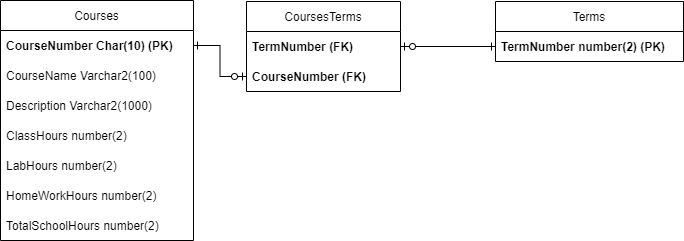
Before: ERD.png, a diagram exported from draw.io (JohnnyHoaang/dawson-reddit-scraper). Source tidied: cells renumbered, new cells last; positions are measured from the earlier drawing's top-left corner, leaving out a move shared by most shapes.
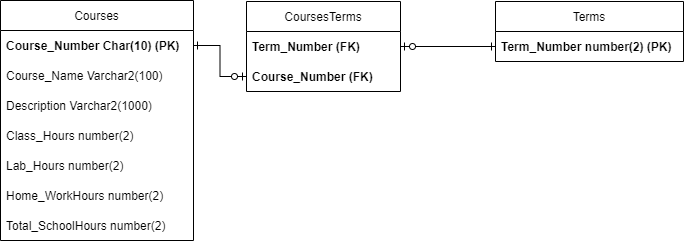
Above is the later version.

Commit message:
modified the erd to have camel case

The edit, as a diff of the source:
```diff
@@ -5,40 +5,40 @@
     <mxCell id="2" value="Courses" style="swimlane;fontStyle=0;horizontal=1;startSize=30;" parent="1" vertex="1">
       <mxGeometry width="193" height="240" as="geometry" />
     </mxCell>
-    <mxCell id="3" value="CourseNumber Char(10) (PK)" style="text;strokeColor=none;fillColor=none;align=left;verticalAlign=middle;spacingLeft=4;spacingRight=4;overflow=hidden;points=[[0,0.5],[1,0.5]];portConstraint=eastwest;fontStyle=1;" parent="2" vertex="1">
+    <mxCell id="3" value="Course_Number Char(10) (PK)" style="text;strokeColor=none;fillColor=none;align=left;verticalAlign=middle;spacingLeft=4;spacingRight=4;overflow=hidden;points=[[0,0.5],[1,0.5]];portConstraint=eastwest;fontStyle=1;" parent="2" vertex="1">
       <mxGeometry y="30" width="193" height="30" as="geometry" />
     </mxCell>
-    <mxCell id="4" value="CourseName Varchar2(100)" style="text;strokeColor=none;fillColor=none;align=left;verticalAlign=middle;spacingLeft=4;spacingRight=4;overflow=hidden;" parent="2" vertex="1">
+    <mxCell id="4" value="Course_Name Varchar2(100)" style="text;strokeColor=none;fillColor=none;align=left;verticalAlign=middle;spacingLeft=4;spacingRight=4;overflow=hidden;" parent="2" vertex="1">
       <mxGeometry y="60" width="193" height="30" as="geometry" />
     </mxCell>
     <mxCell id="5" value="Description Varchar2(1000)" style="text;strokeColor=none;fillColor=none;align=left;verticalAlign=middle;spacingLeft=4;spacingRight=4;overflow=hidden;" parent="2" vertex="1">
       <mxGeometry y="90" width="193" height="30" as="geometry" />
     </mxCell>
-    <mxCell id="6" value="ClassHours number(2)" style="text;strokeColor=none;fillColor=none;align=left;verticalAlign=middle;spacingLeft=4;spacingRight=4;overflow=hidden;" parent="2" vertex="1">
+    <mxCell id="6" value="Class_Hours number(2)" style="text;strokeColor=none;fillColor=none;align=left;verticalAlign=middle;spacingLeft=4;spacingRight=4;overflow=hidden;" parent="2" vertex="1">
       <mxGeometry y="120" width="193" height="30" as="geometry" />
     </mxCell>
-    <mxCell id="7" value="LabHours number(2)" style="text;strokeColor=none;fillColor=none;align=left;verticalAlign=middle;spacingLeft=4;spacingRight=4;overflow=hidden;" parent="2" vertex="1">
+    <mxCell id="7" value="Lab_Hours number(2)" style="text;strokeColor=none;fillColor=none;align=left;verticalAlign=middle;spacingLeft=4;spacingRight=4;overflow=hidden;" parent="2" vertex="1">
       <mxGeometry y="150" width="193" height="30" as="geometry" />
     </mxCell>
-    <mxCell id="8" value="HomeWorkHours number(2)" style="text;strokeColor=none;fillColor=none;align=left;verticalAlign=middle;spacingLeft=4;spacingRight=4;overflow=hidden;" parent="2" vertex="1">
+    <mxCell id="8" value="Home_WorkHours number(2)" style="text;strokeColor=none;fillColor=none;align=left;verticalAlign=middle;spacingLeft=4;spacingRight=4;overflow=hidden;" parent="2" vertex="1">
       <mxGeometry y="180" width="193" height="30" as="geometry" />
     </mxCell>
-    <mxCell id="9" value="TotalSchoolHours number(2)" style="text;strokeColor=none;fillColor=none;align=left;verticalAlign=middle;spacingLeft=4;spacingRight=4;overflow=hidden;" parent="2" vertex="1">
+    <mxCell id="9" value="Total_SchoolHours number(2)" style="text;strokeColor=none;fillColor=none;align=left;verticalAlign=middle;spacingLeft=4;spacingRight=4;overflow=hidden;" parent="2" vertex="1">
       <mxGeometry y="210" width="193" height="30" as="geometry" />
     </mxCell>
     <mxCell id="10" value="CoursesTerms" style="swimlane;fontStyle=0;horizontal=1;startSize=30;" parent="1" vertex="1">
       <mxGeometry x="246" y="1" width="154" height="90" as="geometry" />
     </mxCell>
-    <mxCell id="11" value="TermNumber (FK)" style="text;strokeColor=none;fillColor=none;align=left;verticalAlign=middle;spacingLeft=4;spacingRight=4;overflow=hidden;points=[[0,0.5],[1,0.5]];portConstraint=eastwest;fontStyle=1;" parent="10" vertex="1">
+    <mxCell id="11" value="Term_Number (FK)" style="text;strokeColor=none;fillColor=none;align=left;verticalAlign=middle;spacingLeft=4;spacingRight=4;overflow=hidden;points=[[0,0.5],[1,0.5]];portConstraint=eastwest;fontStyle=1;" parent="10" vertex="1">
       <mxGeometry y="30" width="154" height="30" as="geometry" />
     </mxCell>
-    <mxCell id="12" value="CourseNumber (FK)" style="text;strokeColor=none;fillColor=none;align=left;verticalAlign=middle;spacingLeft=4;spacingRight=4;overflow=hidden;points=[[0,0.5],[1,0.5]];portConstraint=eastwest;fontStyle=1;" parent="10" vertex="1">
+    <mxCell id="12" value="Course_Number (FK)" style="text;strokeColor=none;fillColor=none;align=left;verticalAlign=middle;spacingLeft=4;spacingRight=4;overflow=hidden;points=[[0,0.5],[1,0.5]];portConstraint=eastwest;fontStyle=1;" parent="10" vertex="1">
       <mxGeometry y="60" width="154" height="30" as="geometry" />
     </mxCell>
     <mxCell id="13" value="Terms" style="swimlane;fontStyle=0;horizontal=1;startSize=30;" parent="1" vertex="1">
       <mxGeometry x="495" y="1" width="188" height="60" as="geometry" />
     </mxCell>
-    <mxCell id="14" value="TermNumber number(2) (PK)" style="text;strokeColor=none;fillColor=none;align=left;verticalAlign=middle;spacingLeft=4;spacingRight=4;overflow=hidden;points=[[0,0.5],[1,0.5]];portConstraint=eastwest;fontStyle=1;" parent="13" vertex="1">
+    <mxCell id="14" value="Term_Number number(2) (PK)" style="text;strokeColor=none;fillColor=none;align=left;verticalAlign=middle;spacingLeft=4;spacingRight=4;overflow=hidden;points=[[0,0.5],[1,0.5]];portConstraint=eastwest;fontStyle=1;" parent="13" vertex="1">
       <mxGeometry y="30" width="188" height="30" as="geometry" />
     </mxCell>
     <mxCell id="15" style="edgeStyle=orthogonalEdgeStyle;rounded=0;jettySize=auto;html=1;startArrow=ERone;startFill=0;endArrow=ERzeroToOne;endFill=0;" parent="1" edge="1" source="3" target="12">
```
